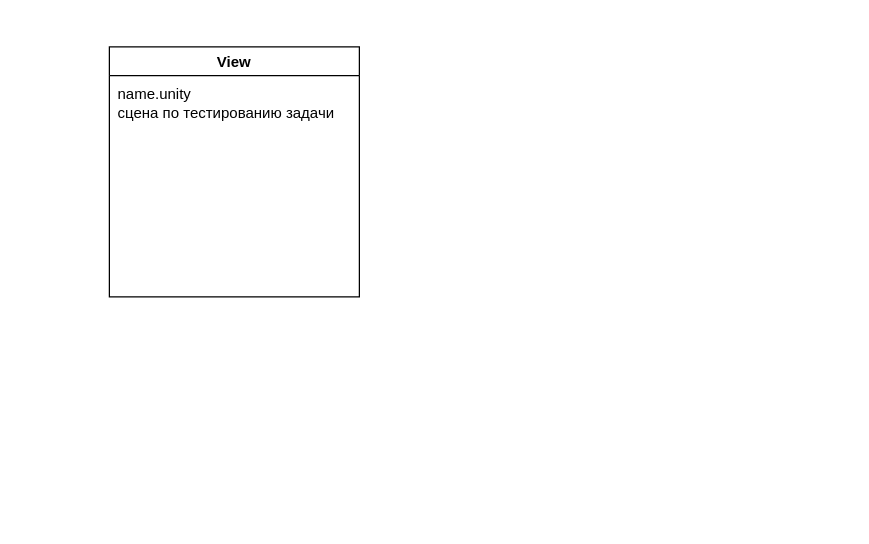
bo52/start keeps this draw.io diagram as Unity.drawio. Above is the earlier version. Source tidied: cells renumbered, new cells numbered last; positions are measured from the earlier drawing's top-left corner, leaving out a move shared by most shapes. Both pictures are drawn from the tidied source at 125%, with x=0, y=0 at pixel (109, 46).
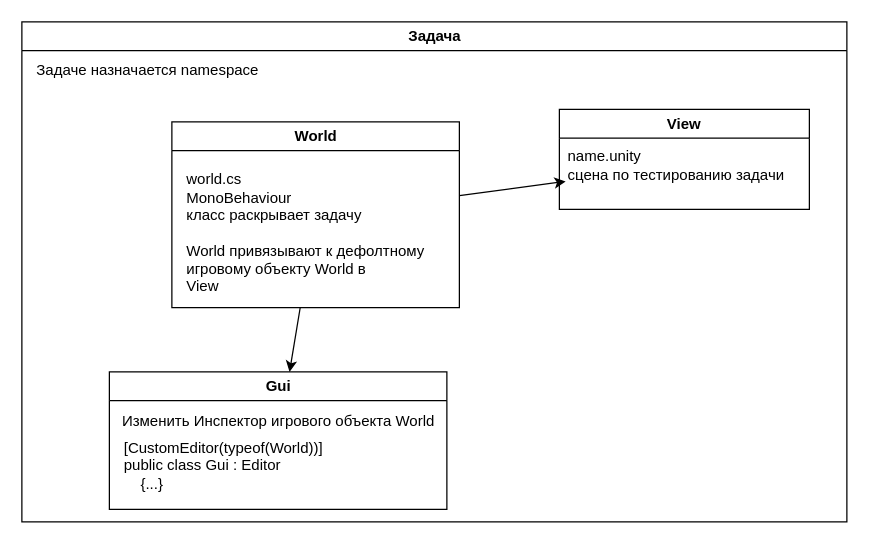
After the change.

The edit, as a diff of the source:
```diff
@@
 <mxGraphModel>
   <root>
     <mxCell id="0" />
     <mxCell id="1" parent="0" />
+    <mxCell id="4" value="Задача" style="swimlane;fillColor=none;gradientColor=none;align=center;html=1;" parent="1" vertex="1">
+      <mxGeometry x="-70" y="-20" width="660" height="400" as="geometry" />
+    </mxCell>
+    <mxCell id="5" value="Задаче назначается namespace" style="text;html=1;align=left;verticalAlign=middle;strokeColor=none;" parent="4" vertex="1">
+      <mxGeometry x="10" y="28.5" width="190" height="20" as="geometry" />
+    </mxCell>
-    <mxCell id="2" value="View" style="swimlane;" parent="1" vertex="1">
-      <mxGeometry width="200" height="200" as="geometry" />
+    <mxCell id="2" value="View" style="swimlane;" parent="4" vertex="1">
+      <mxGeometry x="430" y="70" width="200" height="80" as="geometry" />
     </mxCell>
     <mxCell id="3" value="name.unity&lt;br&gt;сцена по тестированию задачи" style="text;html=1;align=left;verticalAlign=middle;points=[];strokeColor=none;" parent="2" vertex="1">
       <mxGeometry x="5" y="30" width="190" height="30" as="geometry" />
     </mxCell>
+    <mxCell id="6" value="Gui" style="swimlane;fillColor=none;gradientColor=none;align=center;html=1;" parent="4" vertex="1">
+      <mxGeometry x="70" y="280" width="270" height="110" as="geometry" />
+    </mxCell>
+    <mxCell id="7" value="&lt;div&gt;&lt;span&gt; &lt;/span&gt;[CustomEditor(typeof(World))]&lt;/div&gt;&lt;div&gt;&lt;span&gt; &lt;/span&gt;public class Gui : Editor&lt;/div&gt;&lt;div&gt;&amp;nbsp; &amp;nbsp; {...}&lt;/div&gt;" style="text;html=1;align=left;verticalAlign=middle;strokeColor=none;" parent="6" vertex="1">
+      <mxGeometry x="10" y="50" width="170" height="50" as="geometry" />
+    </mxCell>
+    <mxCell id="8" value="Изменить Инспектор игрового объекта World" style="text;html=1;align=center;verticalAlign=middle;strokeColor=none;" parent="6" vertex="1">
+      <mxGeometry y="30" width="270" height="20" as="geometry" />
+    </mxCell>
+    <mxCell id="9" value="World" style="swimlane;fillColor=none;gradientColor=none;align=center;html=1;" parent="4" vertex="1">
+      <mxGeometry x="120" y="80" width="230" height="148.5" as="geometry" />
+    </mxCell>
+    <mxCell id="10" value="world.cs&lt;br&gt;&lt;div&gt;&lt;span&gt;MonoBehaviour&lt;br&gt;класс раскрывает задачу&lt;br&gt;&lt;br&gt;World привязывают к дефолтному&amp;nbsp;&lt;/span&gt;&lt;/div&gt;игровому объекту World в&lt;div&gt;&lt;span&gt;View&lt;/span&gt;&lt;/div&gt;" style="text;html=1;align=left;verticalAlign=middle;strokeColor=none;" parent="9" vertex="1">
+      <mxGeometry x="10" y="38.5" width="210" height="100" as="geometry" />
+    </mxCell>
+    <mxCell id="11" style="rounded=0;jettySize=auto;html=1;startSize=23;" parent="4" edge="1" source="9" target="3">
+      <mxGeometry relative="1" as="geometry" />
+    </mxCell>
+    <mxCell id="12" style="edgeStyle=none;rounded=0;jettySize=auto;html=1;startSize=23;" parent="4" edge="1" source="9" target="6">
+      <mxGeometry relative="1" as="geometry" />
+    </mxCell>
   </root>
 </mxGraphModel>
```
